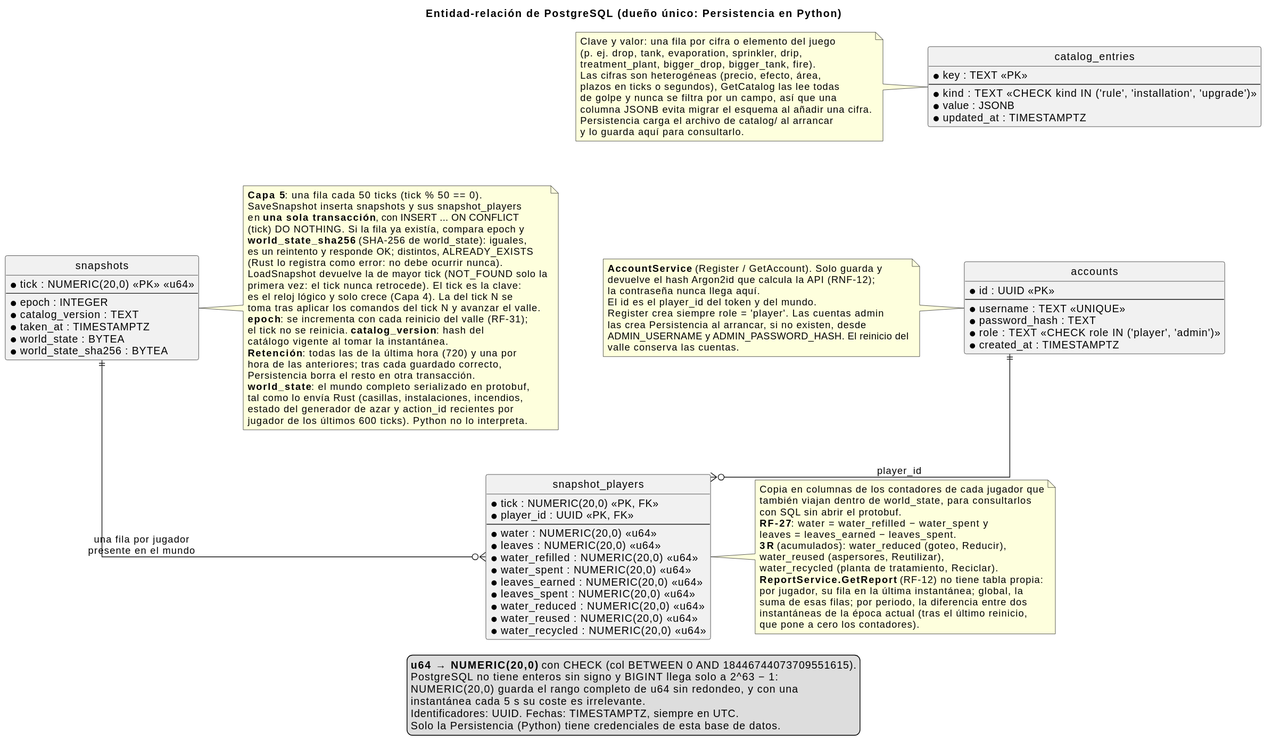
Above: docs/diagrams/07-entidad-relacion.svg in iadev2005/hydrovalley (PlantUML), before the change.
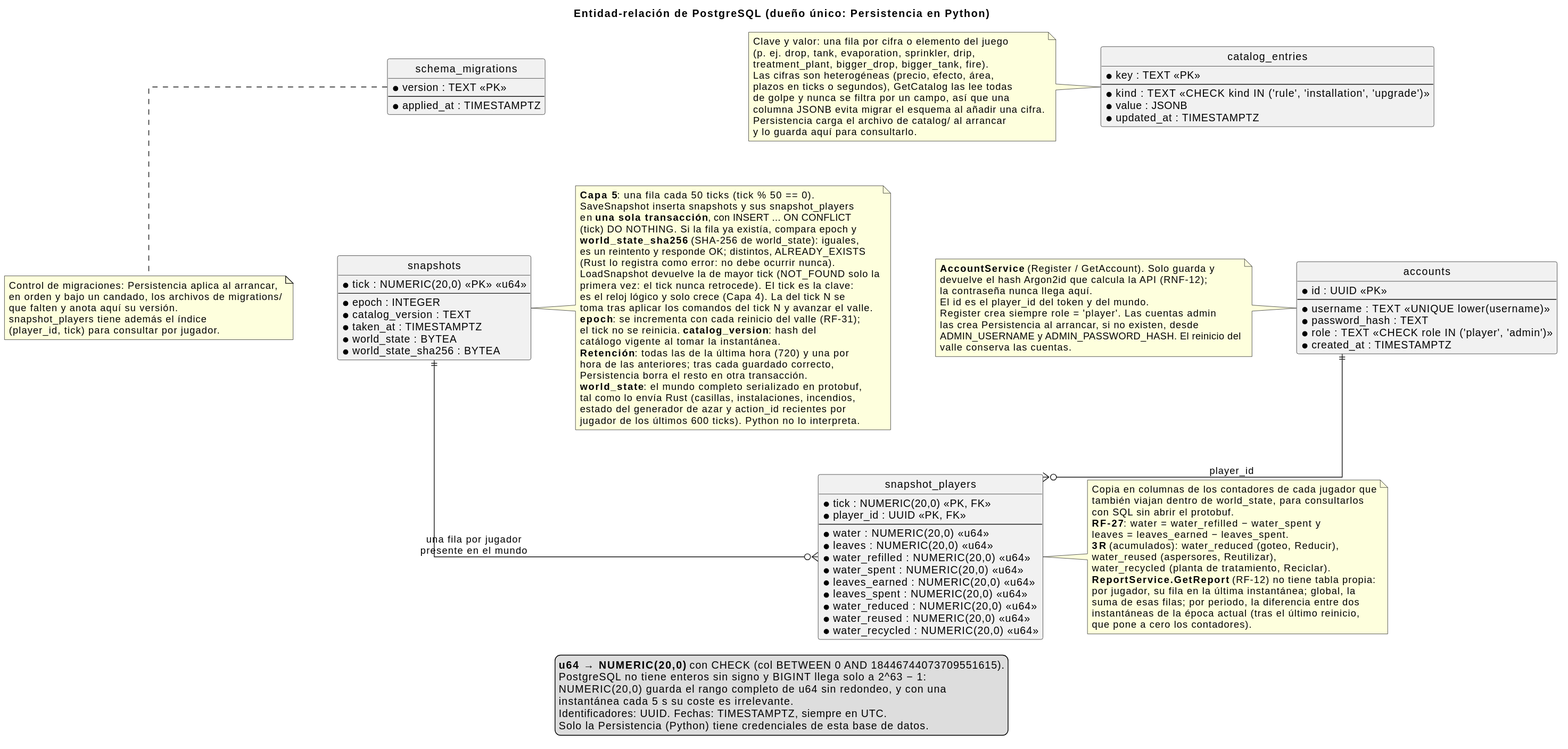
Later version of the same file.

Diff of the diagram source:
```diff
@@ -8,7 +8,7 @@
 entity "accounts" as accounts {
   * id : UUID <<PK>>
   --
-  * username : TEXT <<UNIQUE>>
+  * username : TEXT <<UNIQUE lower(username)>>
   * password_hash : TEXT
   * role : TEXT <<CHECK role IN ('player', 'admin')>>
   * created_at : TIMESTAMPTZ
@@ -47,10 +47,17 @@
   * updated_at : TIMESTAMPTZ
 }
 
+entity "schema_migrations" as schema_migrations {
+  * version : TEXT <<PK>>
+  --
+  * applied_at : TIMESTAMPTZ
+}
+
 snapshots ||--o{ snapshot_players : una fila por jugador\npresente en el mundo
 accounts ||--o{ snapshot_players : player_id
 
 catalog_entries -[hidden]down- accounts
+schema_migrations -[hidden]right- catalog_entries
 
 note right of snapshots
   <b>Capa 5</b>: una fila cada 50 ticks (tick % 50 == 0).
@@ -104,6 +111,14 @@
   y lo guarda aquí para consultarlo.
 end note
 
+note bottom of schema_migrations
+  Control de migraciones: Persistencia aplica al arrancar,
+  en orden y bajo un candado, los archivos de migrations/
+  que falten y anota aquí su versión.
+  snapshot_players tiene además el índice
+  (player_id, tick) para consultar por jugador.
+end note
+
 note left of accounts
   <b>AccountService</b> (Register / GetAccount). Solo guarda y
   devuelve el hash Argon2id que calcula la API (RNF-12);
```
